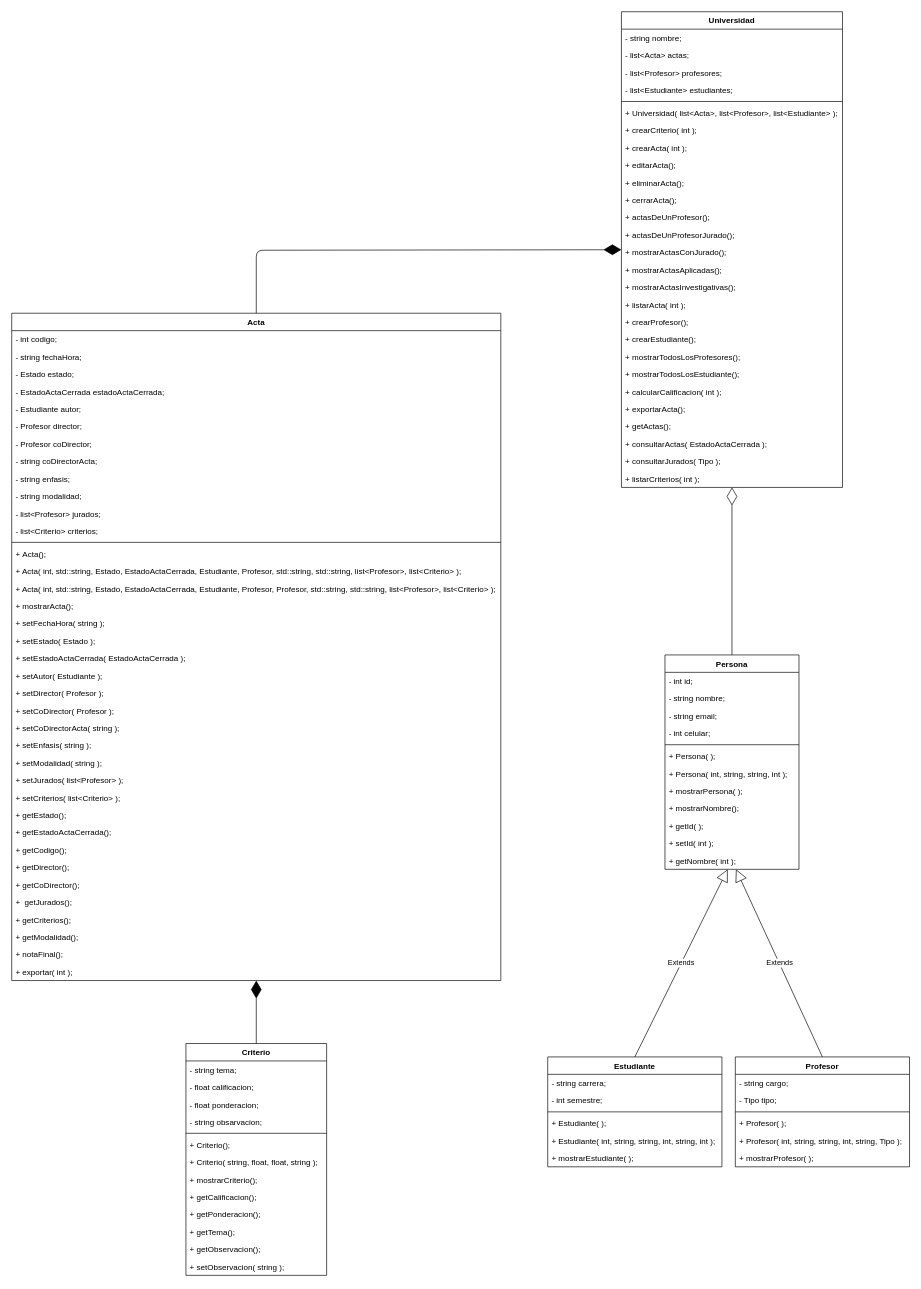
This is Diagrama.drawio from Wembie/POSGSOF, a draw.io file, before an edit. Source tidied: cells renumbered, new cells numbered last; positions are measured from the earlier drawing's top-left corner, leaving out a move shared by most shapes. Both pictures are drawn from the tidied source at 67%, with x=0, y=0 at pixel (11, 11).
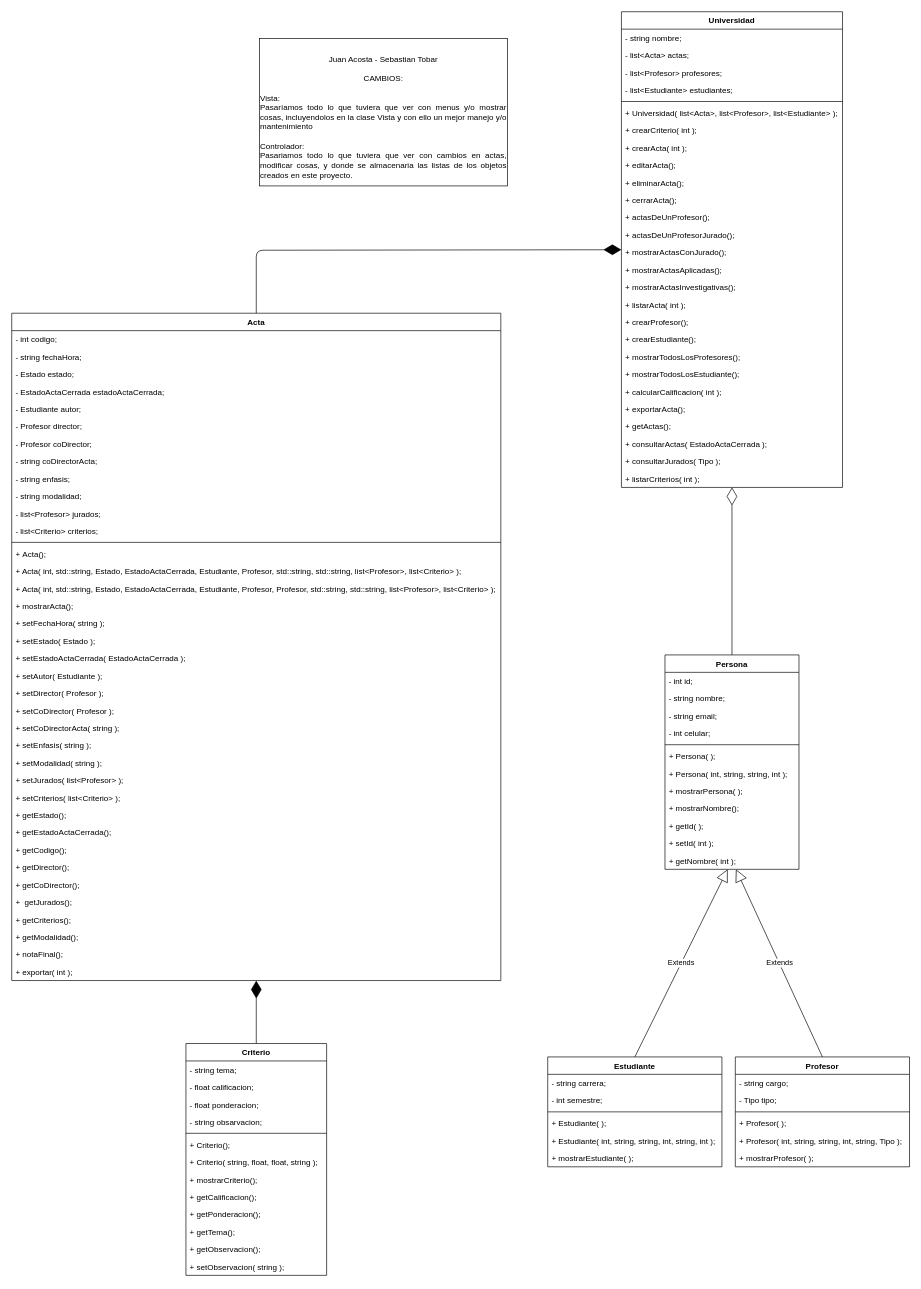
Above is the later version.

Diff of the diagram source:
```diff
@@
+    <mxCell id="115" value="&lt;div&gt;&lt;br&gt;&lt;/div&gt;&lt;div&gt;&lt;span&gt;Juan Acosta - Sebastian Tobar&lt;/span&gt;&lt;/div&gt;&lt;div style=&quot;text-align: justify&quot;&gt;&lt;br&gt;&lt;/div&gt;&lt;div&gt;&lt;span&gt;CAMBIOS:&lt;/span&gt;&lt;/div&gt;&lt;div&gt;&lt;br&gt;&lt;/div&gt;&lt;div style=&quot;text-align: justify&quot;&gt;&lt;span&gt;Vista:&lt;/span&gt;&lt;/div&gt;&lt;div style=&quot;text-align: justify&quot;&gt;&lt;span&gt;Pasaríamos todo lo que tuviera que ver con menus y/o mostrar cosas, incluyendolos en la clase Vista y con ello un mejor manejo y/o mantenimiento&lt;/span&gt;&lt;/div&gt;&lt;div style=&quot;text-align: justify&quot;&gt;&lt;br&gt;&lt;/div&gt;&lt;div style=&quot;text-align: justify&quot;&gt;&lt;span&gt;Controlador:&lt;/span&gt;&lt;/div&gt;&lt;div style=&quot;text-align: justify&quot;&gt;&lt;span&gt;Pasariamos todo lo que tuviera que ver con cambios en actas, modificar cosas, y donde se almacenaria las listas de los objetos creados en este proyecto.&lt;/span&gt;&lt;/div&gt;" style="rounded=0;whiteSpace=wrap;html=1;" parent="1" vertex="1">
+      <mxGeometry x="370" y="40" width="370" height="220" as="geometry" />
+    </mxCell>
```
